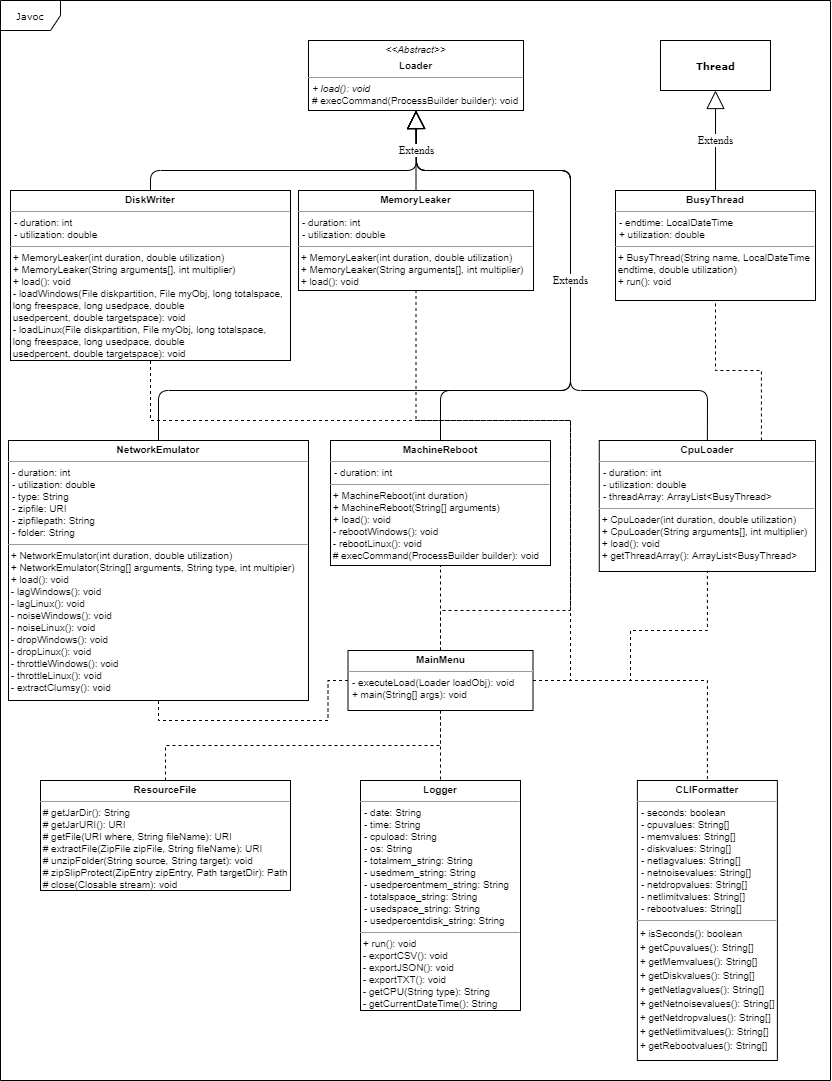
This is UML_Diagram.png from yxchia98/chaosJavapp, a draw.io export, as it was before one commit. Source tidied: cells renumbered, new cells last; positions are measured from the earlier drawing's top-left corner, leaving out a move shared by most shapes.
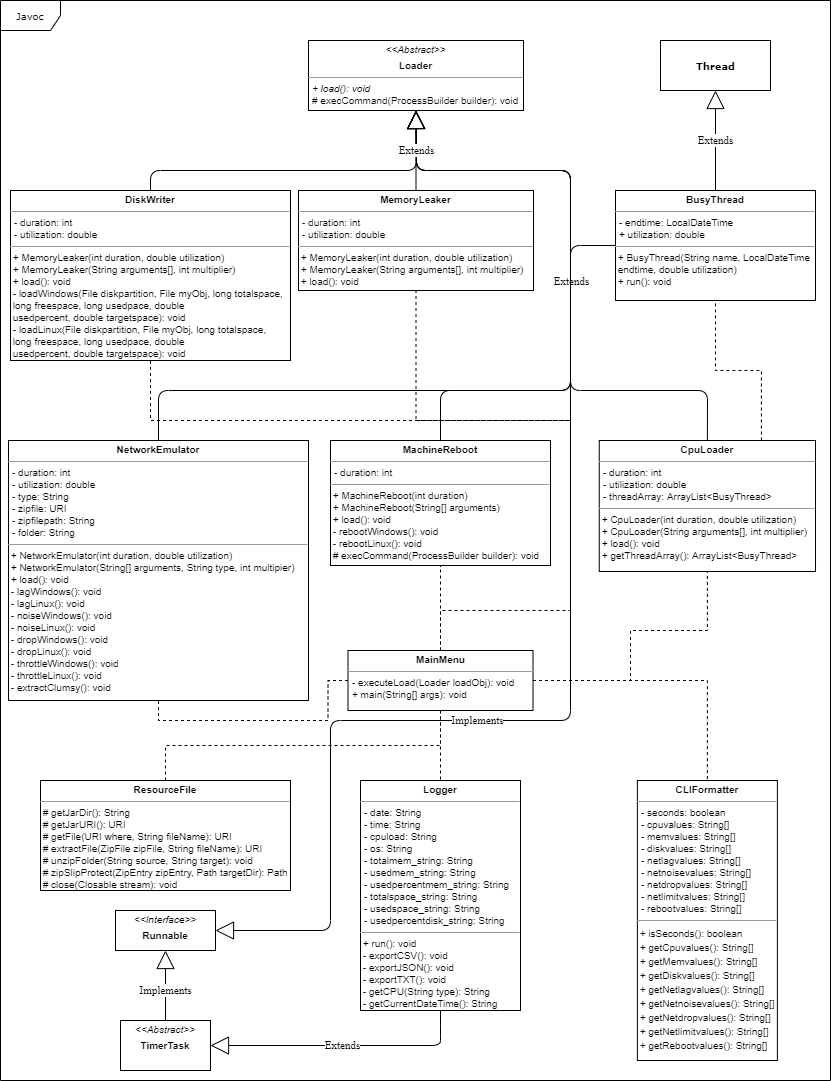
After the commit.

What changed in the source:
```diff
@@ -143,5 +143,32 @@
     <mxCell id="31" style="edgeStyle=orthogonalEdgeStyle;rounded=0;jumpStyle=none;jettySize=auto;html=1;dashed=1;fontFamily=Times New Roman;endArrow=none;endFill=0;entryX=0.5;entryY=0;entryDx=0;entryDy=0;exitX=0.5;exitY=1;exitDx=0;exitDy=0;" parent="1" edge="1" source="11" target="20">
       <mxGeometry relative="1" as="geometry" />
     </mxCell>
+    <mxCell id="32" value="&lt;p style=&quot;margin: 4px 0px 0px ; text-align: center ; font-size: 10px&quot;&gt;&lt;i&gt;&amp;lt;&amp;lt;Abstract&amp;gt;&amp;gt;&lt;/i&gt;&lt;b&gt;&lt;font style=&quot;font-size: 10px&quot;&gt;&lt;br&gt;&lt;/font&gt;&lt;/b&gt;&lt;/p&gt;&lt;p style=&quot;margin: 4px 0px 0px ; text-align: center ; font-size: 10px&quot;&gt;&lt;b&gt;TimerTask&lt;/b&gt;&lt;/p&gt;" style="verticalAlign=top;align=left;overflow=fill;fontSize=12;fontFamily=Helvetica;html=1;rounded=0;shadow=0;comic=0;labelBackgroundColor=none;strokeWidth=1;" parent="1" vertex="1">
+      <mxGeometry x="120" y="1020" width="90" height="50" as="geometry" />
+    </mxCell>
+    <mxCell id="33" value="Extends" style="endArrow=block;endSize=16;endFill=0;html=1;fontFamily=Times New Roman;entryX=1;entryY=0.5;entryDx=0;entryDy=0;exitX=0.5;exitY=1;exitDx=0;exitDy=0;" parent="1" edge="1" source="22" target="32">
+      <mxGeometry relative="1" as="geometry">
+        <Array as="points">
+          <mxPoint x="440" y="1025" />
+          <mxPoint x="440" y="1045" />
+        </Array>
+      </mxGeometry>
+    </mxCell>
+    <mxCell id="34" value="&lt;p style=&quot;margin: 4px 0px 0px ; text-align: center ; font-size: 10px&quot;&gt;&lt;i&gt;&amp;lt;&amp;lt;Interface&amp;gt;&amp;gt;&lt;/i&gt;&lt;b&gt;&lt;font style=&quot;font-size: 10px&quot;&gt;&lt;br&gt;&lt;/font&gt;&lt;/b&gt;&lt;/p&gt;&lt;p style=&quot;margin: 4px 0px 0px ; text-align: center ; font-size: 10px&quot;&gt;&lt;b&gt;Runnable&lt;/b&gt;&lt;/p&gt;" style="verticalAlign=top;align=left;overflow=fill;fontSize=12;fontFamily=Helvetica;html=1;rounded=0;shadow=0;comic=0;labelBackgroundColor=none;strokeWidth=1;" parent="1" vertex="1">
+      <mxGeometry x="115" y="910" width="100" height="40" as="geometry" />
+    </mxCell>
+    <mxCell id="35" value="Implements" style="endArrow=block;endSize=16;endFill=0;html=1;fontFamily=Times New Roman;exitX=0;exitY=0.5;exitDx=0;exitDy=0;entryX=1;entryY=0.5;entryDx=0;entryDy=0;" parent="1" edge="1" source="13" target="34">
+      <mxGeometry x="0.13" relative="1" as="geometry">
+        <Array as="points">
+          <mxPoint x="570" y="245" />
+          <mxPoint x="570" y="720" />
+          <mxPoint x="330" y="720" />
+          <mxPoint x="330" y="930" />
+        </Array>
+      </mxGeometry>
+    </mxCell>
+    <mxCell id="36" value="Implements" style="endArrow=block;endSize=16;endFill=0;html=1;fontFamily=Times New Roman;entryX=0.5;entryY=1;entryDx=0;entryDy=0;exitX=0.5;exitY=0;exitDx=0;exitDy=0;" parent="1" edge="1" source="32" target="34">
+      <mxGeometry x="-0.14" relative="1" as="geometry" />
+    </mxCell>
   </root>
 </mxGraphModel>
```
